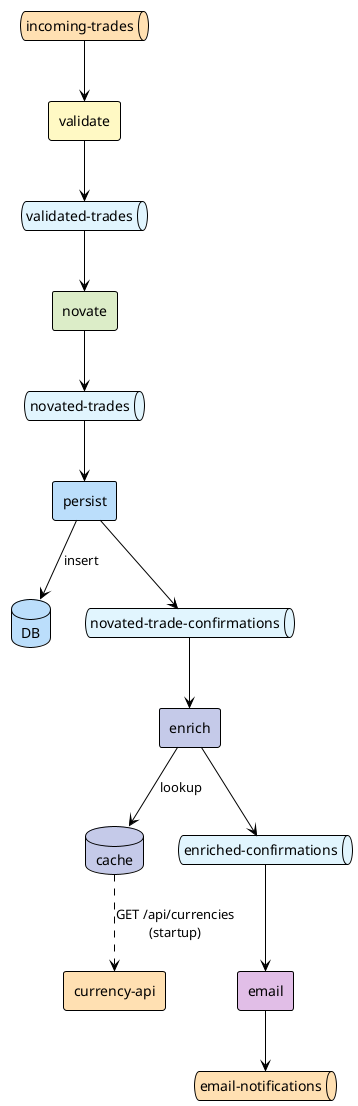
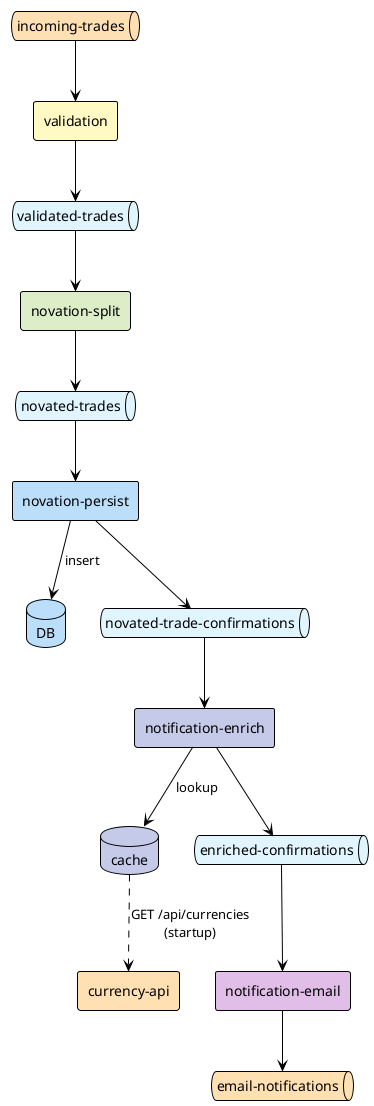
@startuml flow
!theme plain

' Input Channel (message queue)
queue "incoming-trades" as ch_in #FFE0B2

- ' validate Filter
- rectangle "validate" as f1 #FFF9C4
+ ' validation Filter
+ rectangle "validation" as f1 #FFF9C4
queue "validated-trades" as ch_1 #E1F5FE

- ' novate Filter
- rectangle "novate" as f2 #DCEDC8
+ ' novation-split Filter
+ rectangle "novation-split" as f2 #DCEDC8
queue "novated-trades" as ch_2 #E1F5FE

- ' persist Filter
- rectangle "persist" as f3 #BBDEFB
+ ' novation-persist Filter
+ rectangle "novation-persist" as f3 #BBDEFB
database "DB" as db #BBDEFB
queue "novated-trade-confirmations" as ch_3 #E1F5FE

- ' enrich Filter
- rectangle "enrich" as f4 #C5CAE9
+ ' notification-enrich Filter
+ rectangle "notification-enrich" as f4 #C5CAE9
database "cache" as cache #C5CAE9
rectangle "currency-api" as currency_api #FFE0B2
queue "enriched-confirmations" as ch_4 #E1F5FE

- ' email Filter
- rectangle "email" as f5 #E1BEE7
+ ' notification-email Filter
+ rectangle "notification-email" as f5 #E1BEE7
queue "email-notifications" as ch_out #FFE0B2

' Flow connections
ch_in --> f1
f1 --> ch_1
ch_1 --> f2
f2 --> ch_2
ch_2 --> f3
f3 --> db : insert
f3 --> ch_3
ch_3 --> f4
f4 --> cache : lookup
cache ..> currency_api : GET /api/currencies\n(startup)
f4 --> ch_4
ch_4 --> f5
f5 --> ch_out

@enduml
